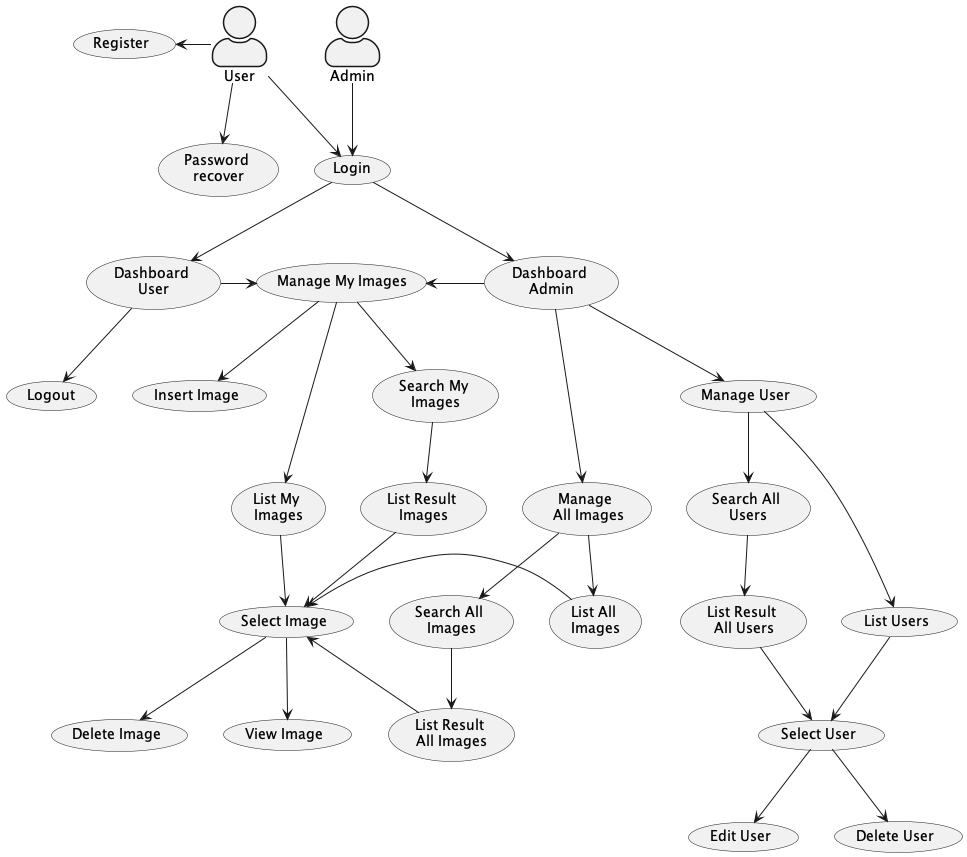
Before: docs/diagrams/out/uses_cases/uses_cases.png, a diagram exported from PlantUML (myplayareas/sysfiles).
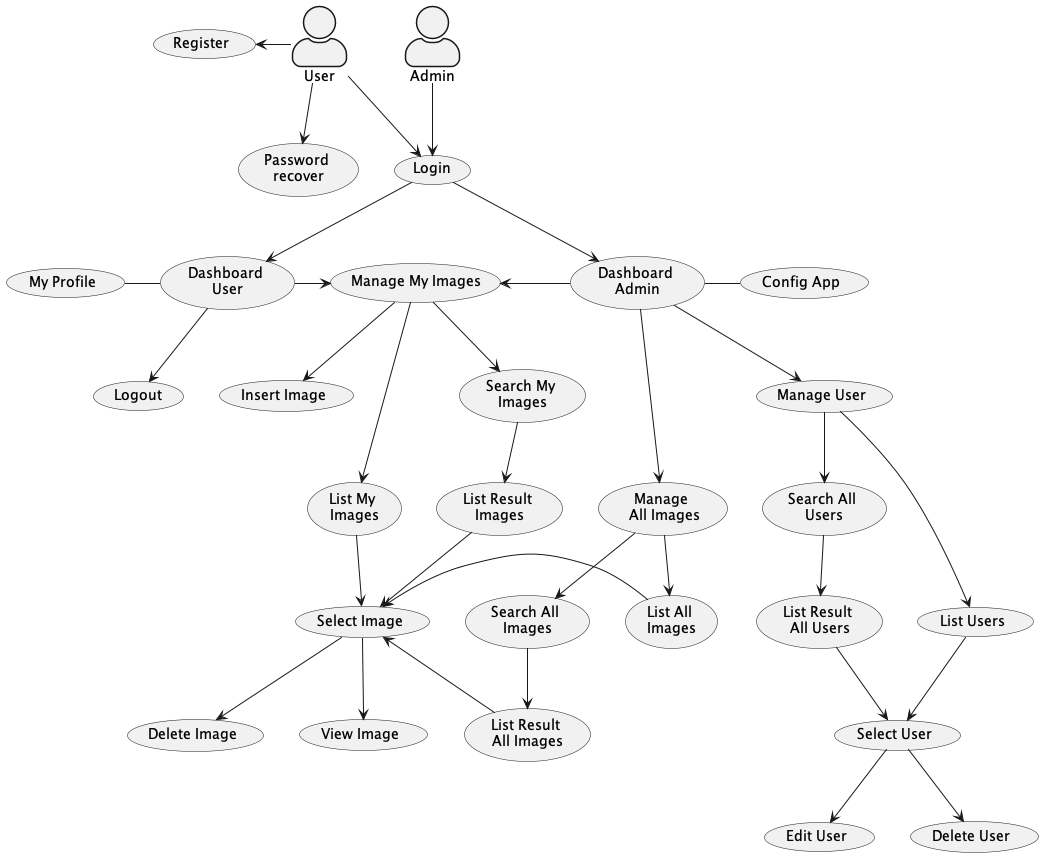
After the commit.

Commit message:
my_profile e config_ap

Change to the diagram source:
```diff
@@ -8,6 +8,8 @@
 usecase (Login) as uc_login
 usecase (Logout) as uc_logout
 usecase (Password \nrecover) as uc_password_recover
+usecase (My Profile) as uc_my_profile
+usecase (Config App) as uc_config_application
 usecase (Dashboard \nUser) as uc_dashboard_user
 usecase (Dashboard \nAdmin) as uc_dashboard_admin
 usecase (Manage My Images) as uc_manage_image
@@ -65,5 +67,7 @@
 
 User --> uc_password_recover
 uc_dashboard_user --> uc_logout
+uc_dashboard_user -left- uc_my_profile
+uc_dashboard_admin -right- uc_config_application
 
 @enduml
```
